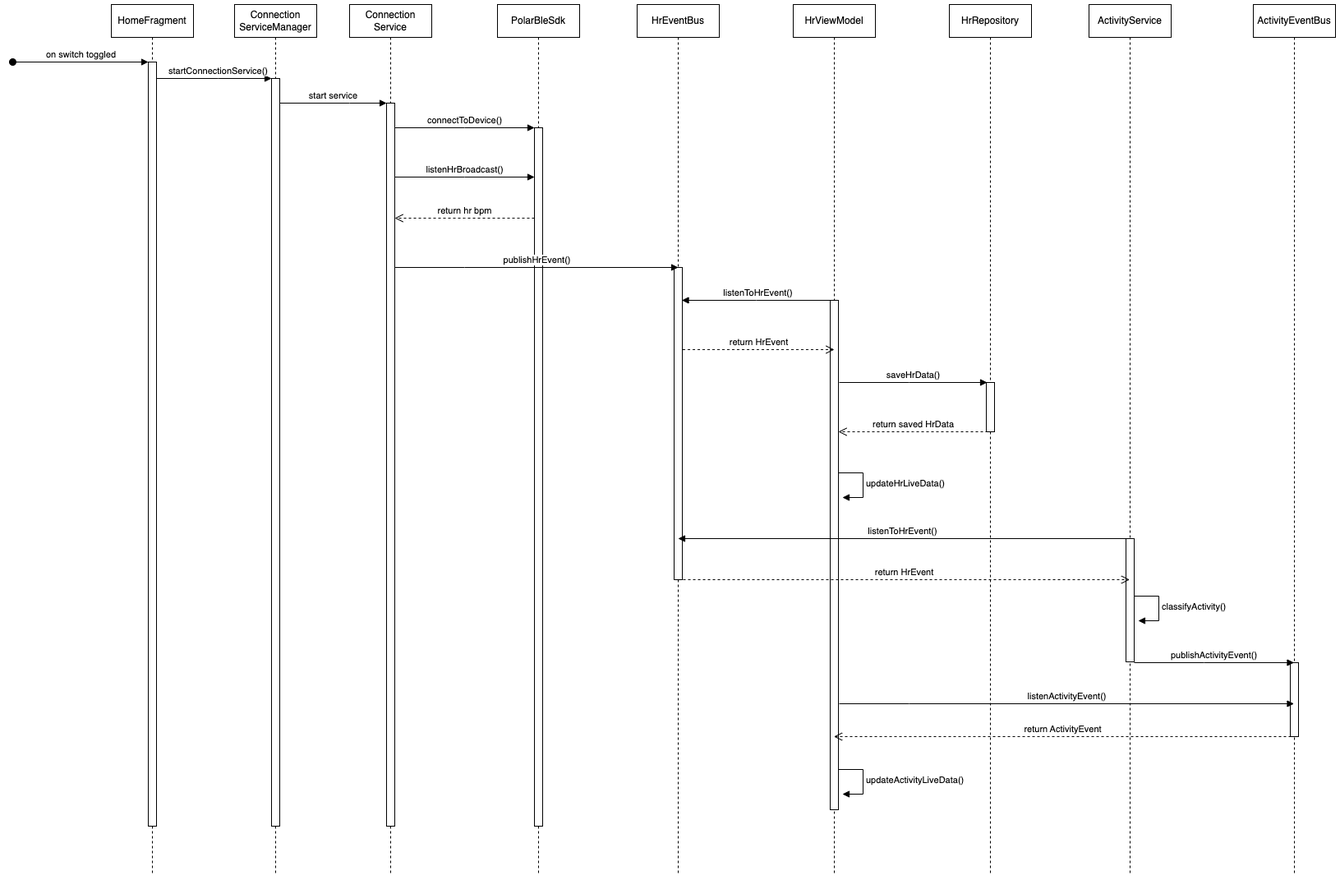
The draw.io diagram my-thesis/diagrams/hr-broadcast.drawio.png in ba-nhermanto/thesis, before a commit. Source tidied: cells renumbered, new cells last; positions are measured from the earlier drawing's top-left corner, leaving out a move shared by most shapes.
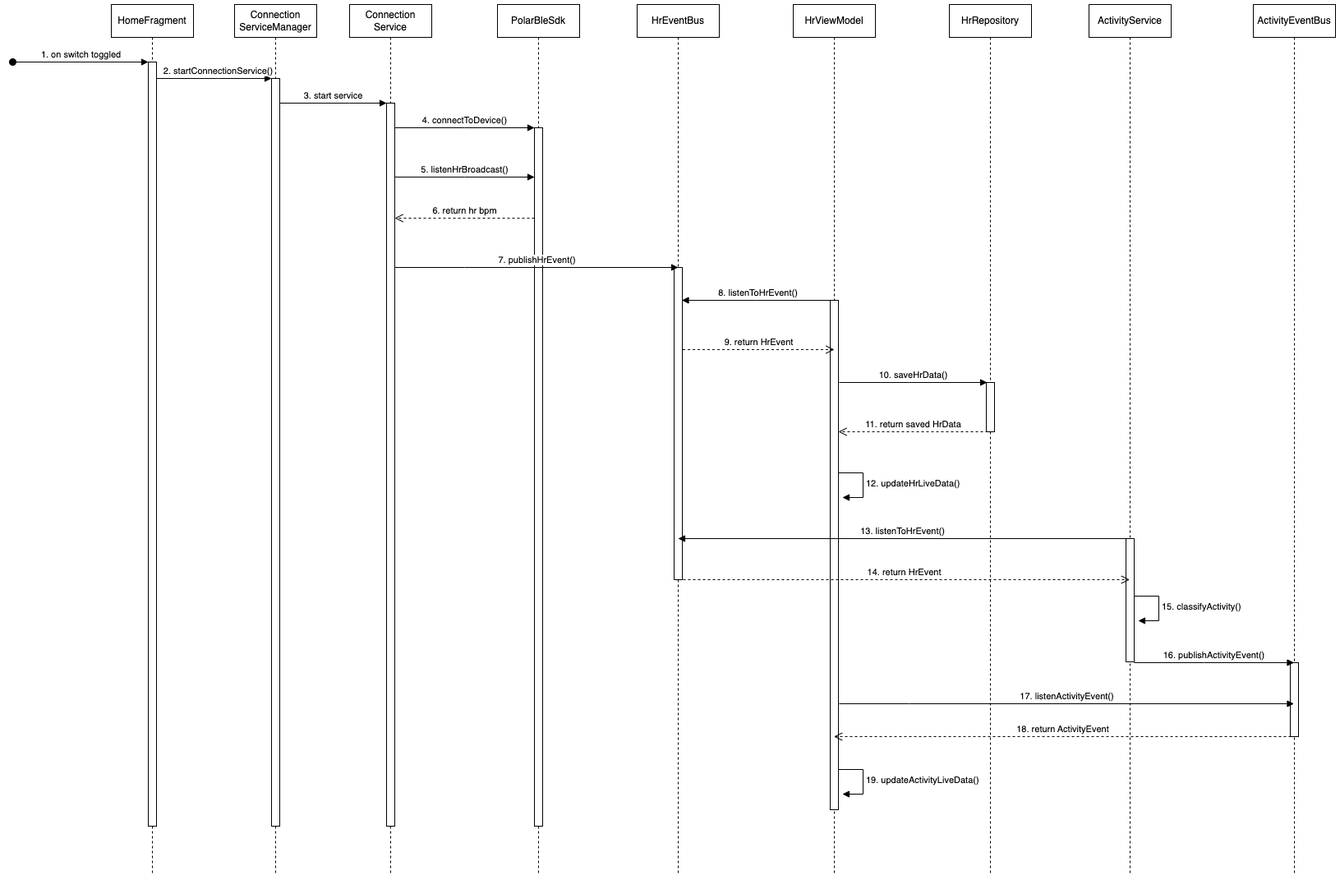
The same diagram one commit later.

Change to the diagram source:
```diff
@@ -8,7 +8,7 @@
     <mxCell id="3" style="html=1;points=[];perimeter=orthogonalPerimeter;outlineConnect=0;targetShapes=umlLifeline;portConstraint=eastwest;newEdgeStyle={&quot;edgeStyle&quot;:&quot;elbowEdgeStyle&quot;,&quot;elbow&quot;:&quot;vertical&quot;,&quot;curved&quot;:0,&quot;rounded&quot;:0};" parent="2" vertex="1">
       <mxGeometry x="45" y="70" width="10" height="930" as="geometry" />
     </mxCell>
-    <mxCell id="4" value="on switch toggled" style="html=1;verticalAlign=bottom;startArrow=oval;endArrow=block;startSize=8;edgeStyle=elbowEdgeStyle;elbow=vertical;curved=0;rounded=0;" parent="2" edge="1" target="3">
+    <mxCell id="4" value="1. on switch toggled" style="html=1;verticalAlign=bottom;startArrow=oval;endArrow=block;startSize=8;edgeStyle=elbowEdgeStyle;elbow=vertical;curved=0;rounded=0;" parent="2" edge="1" target="3">
       <mxGeometry relative="1" as="geometry">
         <mxPoint x="-120" y="70" as="sourcePoint" />
       </mxGeometry>
@@ -19,7 +19,7 @@
     <mxCell id="6" style="html=1;perimeter=orthogonalPerimeter;targetShapes=umlLifeline;newEdgeStyle={&quot;edgeStyle&quot;:&quot;elbowEdgeStyle&quot;,&quot;elbow&quot;:&quot;vertical&quot;,&quot;curved&quot;:0,&quot;rounded&quot;:0};" parent="5" vertex="1">
       <mxGeometry x="45" y="120" width="10" height="880" as="geometry" />
     </mxCell>
-    <mxCell id="7" value="startConnectionService()" style="html=1;verticalAlign=bottom;endArrow=block;edgeStyle=elbowEdgeStyle;elbow=vertical;curved=0;rounded=0;" parent="1" edge="1" source="3" target="37">
+    <mxCell id="7" value="2. startConnectionService()" style="html=1;verticalAlign=bottom;endArrow=block;edgeStyle=elbowEdgeStyle;elbow=horizontal;curved=0;rounded=0;" parent="1" edge="1" source="3" target="37">
       <mxGeometry x="0.07" relative="1" as="geometry">
         <Array as="points">
           <mxPoint x="250" y="90" />
@@ -32,7 +32,7 @@
     <mxCell id="9" style="html=1;perimeter=orthogonalPerimeter;targetShapes=umlLifeline;newEdgeStyle={&quot;edgeStyle&quot;:&quot;elbowEdgeStyle&quot;,&quot;elbow&quot;:&quot;vertical&quot;,&quot;curved&quot;:0,&quot;rounded&quot;:0};" parent="8" vertex="1">
       <mxGeometry x="45" y="150" width="10" height="850" as="geometry" />
     </mxCell>
-    <mxCell id="10" value="connectToDevice()" style="html=1;verticalAlign=bottom;endArrow=block;edgeStyle=elbowEdgeStyle;elbow=vertical;curved=0;rounded=0;" parent="1" edge="1">
+    <mxCell id="10" value="4. connectToDevice()" style="html=1;verticalAlign=bottom;endArrow=block;edgeStyle=elbowEdgeStyle;elbow=vertical;curved=0;rounded=0;" parent="1" edge="1">
       <mxGeometry relative="1" as="geometry">
         <mxPoint x="465" y="150" as="sourcePoint" />
         <mxPoint x="635" y="150" as="targetPoint" />
@@ -41,7 +41,7 @@
         </Array>
       </mxGeometry>
     </mxCell>
-    <mxCell id="11" value="listenHrBroadcast()" style="html=1;verticalAlign=bottom;endArrow=block;edgeStyle=elbowEdgeStyle;elbow=vertical;curved=0;rounded=0;" parent="1" edge="1">
+    <mxCell id="11" value="5. listenHrBroadcast()" style="html=1;verticalAlign=bottom;endArrow=block;edgeStyle=elbowEdgeStyle;elbow=vertical;curved=0;rounded=0;" parent="1" edge="1">
       <mxGeometry relative="1" as="geometry">
         <mxPoint x="465" y="210" as="sourcePoint" />
         <mxPoint x="635" y="210" as="targetPoint" />
@@ -50,7 +50,7 @@
         </Array>
       </mxGeometry>
     </mxCell>
-    <mxCell id="12" value="return hr bpm" style="html=1;verticalAlign=bottom;endArrow=open;dashed=1;endSize=8;edgeStyle=elbowEdgeStyle;elbow=vertical;curved=0;rounded=0;" parent="1" edge="1">
+    <mxCell id="12" value="6. return hr bpm" style="html=1;verticalAlign=bottom;endArrow=open;dashed=1;endSize=8;edgeStyle=elbowEdgeStyle;elbow=vertical;curved=0;rounded=0;" parent="1" edge="1">
       <mxGeometry relative="1" as="geometry">
         <mxPoint x="635" y="260" as="sourcePoint" />
         <mxPoint x="465" y="260" as="targetPoint" />
@@ -62,7 +62,7 @@
     <mxCell id="14" style="html=1;perimeter=orthogonalPerimeter;targetShapes=umlLifeline;newEdgeStyle={&quot;edgeStyle&quot;:&quot;elbowEdgeStyle&quot;,&quot;elbow&quot;:&quot;vertical&quot;,&quot;curved&quot;:0,&quot;rounded&quot;:0};" parent="13" vertex="1">
       <mxGeometry x="45" y="320" width="10" height="380" as="geometry" />
     </mxCell>
-    <mxCell id="15" value="publishHrEvent()" style="html=1;verticalAlign=bottom;endArrow=block;edgeStyle=elbowEdgeStyle;elbow=vertical;curved=0;rounded=0;" parent="1" edge="1">
+    <mxCell id="15" value="7. publishHrEvent()" style="html=1;verticalAlign=bottom;endArrow=block;edgeStyle=elbowEdgeStyle;elbow=vertical;curved=0;rounded=0;" parent="1" edge="1">
       <mxGeometry relative="1" as="geometry">
         <mxPoint x="465" y="320" as="sourcePoint" />
         <mxPoint x="810" y="320" as="targetPoint" />
@@ -83,7 +83,7 @@
     <mxCell id="19" style="html=1;perimeter=orthogonalPerimeter;targetShapes=umlLifeline;newEdgeStyle={&quot;edgeStyle&quot;:&quot;elbowEdgeStyle&quot;,&quot;elbow&quot;:&quot;vertical&quot;,&quot;curved&quot;:0,&quot;rounded&quot;:0};" parent="18" vertex="1">
       <mxGeometry x="45" y="460" width="10" height="60" as="geometry" />
     </mxCell>
-    <mxCell id="20" value="saveHrData()" style="html=1;verticalAlign=bottom;endArrow=block;edgeStyle=elbowEdgeStyle;elbow=vertical;curved=0;rounded=0;" parent="1" edge="1">
+    <mxCell id="20" value="10. saveHrData()" style="html=1;verticalAlign=bottom;endArrow=block;edgeStyle=elbowEdgeStyle;elbow=horizontal;curved=0;rounded=0;" parent="1" edge="1">
       <mxGeometry relative="1" as="geometry">
         <mxPoint x="1006" y="460" as="sourcePoint" />
         <mxPoint x="1186" y="460" as="targetPoint" />
@@ -92,13 +92,13 @@
         </Array>
       </mxGeometry>
     </mxCell>
-    <mxCell id="21" value="return saved HrData" style="html=1;verticalAlign=bottom;endArrow=open;dashed=1;endSize=8;edgeStyle=elbowEdgeStyle;elbow=vertical;curved=0;rounded=0;" parent="1" edge="1">
+    <mxCell id="21" value="11. return saved HrData" style="html=1;verticalAlign=bottom;endArrow=open;dashed=1;endSize=8;edgeStyle=elbowEdgeStyle;elbow=vertical;curved=0;rounded=0;" parent="1" edge="1">
       <mxGeometry relative="1" as="geometry">
         <mxPoint x="1187" y="520" as="sourcePoint" />
         <mxPoint x="1005" y="520" as="targetPoint" />
       </mxGeometry>
     </mxCell>
-    <mxCell id="22" value="updateHrLiveData()" style="html=1;align=left;spacingLeft=2;endArrow=block;rounded=0;edgeStyle=orthogonalEdgeStyle;curved=0;rounded=0;" parent="1" edge="1">
+    <mxCell id="22" value="12. updateHrLiveData()" style="html=1;align=left;spacingLeft=2;endArrow=block;rounded=0;edgeStyle=orthogonalEdgeStyle;curved=0;rounded=0;" parent="1" edge="1">
       <mxGeometry x="0.01" relative="1" as="geometry">
         <mxPoint x="1005" y="570" as="sourcePoint" />
         <mxPoint x="1010" y="600" as="targetPoint" />
@@ -113,7 +113,7 @@
     <mxCell id="24" style="html=1;perimeter=orthogonalPerimeter;targetShapes=umlLifeline;newEdgeStyle={&quot;edgeStyle&quot;:&quot;elbowEdgeStyle&quot;,&quot;elbow&quot;:&quot;vertical&quot;,&quot;curved&quot;:0,&quot;rounded&quot;:0};" parent="23" vertex="1">
       <mxGeometry x="45" y="650" width="10" height="150" as="geometry" />
     </mxCell>
-    <mxCell id="25" value="classifyActivity()" style="html=1;align=left;spacingLeft=2;endArrow=block;rounded=0;edgeStyle=orthogonalEdgeStyle;curved=0;rounded=0;" parent="1" edge="1">
+    <mxCell id="25" value="15. classifyActivity()" style="html=1;align=left;spacingLeft=2;endArrow=block;rounded=0;edgeStyle=orthogonalEdgeStyle;curved=0;rounded=0;" parent="1" edge="1">
       <mxGeometry x="0.01" relative="1" as="geometry">
         <mxPoint x="1365" y="720" as="sourcePoint" />
         <mxPoint x="1370" y="750" as="targetPoint" />
@@ -128,7 +128,7 @@
     <mxCell id="27" style="html=1;perimeter=orthogonalPerimeter;targetShapes=umlLifeline;newEdgeStyle={&quot;edgeStyle&quot;:&quot;elbowEdgeStyle&quot;,&quot;elbow&quot;:&quot;vertical&quot;,&quot;curved&quot;:0,&quot;rounded&quot;:0};" parent="26" vertex="1">
       <mxGeometry x="45" y="801" width="10" height="90" as="geometry" />
     </mxCell>
-    <mxCell id="28" value="publishActivityEvent()" style="html=1;verticalAlign=bottom;endArrow=block;edgeStyle=elbowEdgeStyle;elbow=vertical;curved=0;rounded=0;" parent="1" edge="1">
+    <mxCell id="28" value="16. publishActivityEvent()" style="html=1;verticalAlign=bottom;endArrow=block;edgeStyle=elbowEdgeStyle;elbow=vertical;curved=0;rounded=0;" parent="1" edge="1">
       <mxGeometry relative="1" as="geometry">
         <mxPoint x="1365" y="801" as="sourcePoint" />
         <mxPoint x="1559.5" y="801" as="targetPoint" />
@@ -137,7 +137,7 @@
         </Array>
       </mxGeometry>
     </mxCell>
-    <mxCell id="29" value="listenToHrEvent()" style="html=1;verticalAlign=bottom;endArrow=block;edgeStyle=elbowEdgeStyle;elbow=vertical;curved=0;rounded=0;" parent="1" edge="1" source="16">
+    <mxCell id="29" value="8. listenToHrEvent()" style="html=1;verticalAlign=bottom;endArrow=block;edgeStyle=elbowEdgeStyle;elbow=vertical;curved=0;rounded=0;" parent="1" edge="1" source="16">
       <mxGeometry relative="1" as="geometry">
         <mxPoint x="814.5" y="360" as="targetPoint" />
         <Array as="points">
@@ -145,13 +145,13 @@
         </Array>
       </mxGeometry>
     </mxCell>
-    <mxCell id="30" value="return HrEvent" style="html=1;verticalAlign=bottom;endArrow=open;dashed=1;endSize=8;edgeStyle=elbowEdgeStyle;elbow=vertical;curved=0;rounded=0;" parent="1" edge="1">
+    <mxCell id="30" value="9. return HrEvent" style="html=1;verticalAlign=bottom;endArrow=open;dashed=1;endSize=8;edgeStyle=elbowEdgeStyle;elbow=vertical;curved=0;rounded=0;" parent="1" edge="1">
       <mxGeometry relative="1" as="geometry">
         <mxPoint x="815.5" y="420" as="sourcePoint" />
         <mxPoint x="1000" y="420" as="targetPoint" />
       </mxGeometry>
     </mxCell>
-    <mxCell id="31" value="listenToHrEvent()" style="html=1;verticalAlign=bottom;endArrow=block;edgeStyle=elbowEdgeStyle;elbow=vertical;curved=0;rounded=0;" parent="1" edge="1">
+    <mxCell id="31" value="13. listenToHrEvent()" style="html=1;verticalAlign=bottom;endArrow=block;edgeStyle=elbowEdgeStyle;elbow=vertical;curved=0;rounded=0;" parent="1" edge="1">
       <mxGeometry relative="1" as="geometry">
         <mxPoint x="1355.5" y="650" as="sourcePoint" />
         <mxPoint x="810" y="650" as="targetPoint" />
@@ -160,7 +160,7 @@
         </Array>
       </mxGeometry>
     </mxCell>
-    <mxCell id="32" value="listenActivityEvent()" style="html=1;verticalAlign=bottom;endArrow=block;edgeStyle=elbowEdgeStyle;elbow=vertical;curved=0;rounded=0;" parent="1" edge="1">
+    <mxCell id="32" value="17. listenActivityEvent()" style="html=1;verticalAlign=bottom;endArrow=block;edgeStyle=elbowEdgeStyle;elbow=vertical;curved=0;rounded=0;" parent="1" edge="1">
       <mxGeometry relative="1" as="geometry">
         <mxPoint x="1006" y="851" as="sourcePoint" />
         <mxPoint x="1559.5" y="851" as="targetPoint" />
@@ -169,13 +169,13 @@
         </Array>
       </mxGeometry>
     </mxCell>
-    <mxCell id="33" value="return ActivityEvent" style="html=1;verticalAlign=bottom;endArrow=open;dashed=1;endSize=8;edgeStyle=elbowEdgeStyle;elbow=vertical;curved=0;rounded=0;" parent="1" edge="1">
+    <mxCell id="33" value="18. return ActivityEvent" style="html=1;verticalAlign=bottom;endArrow=open;dashed=1;endSize=8;edgeStyle=elbowEdgeStyle;elbow=vertical;curved=0;rounded=0;" parent="1" edge="1">
       <mxGeometry relative="1" as="geometry">
         <mxPoint x="1556" y="891" as="sourcePoint" />
         <mxPoint x="999.5" y="891" as="targetPoint" />
       </mxGeometry>
     </mxCell>
-    <mxCell id="34" value="updateActivityLiveData()" style="html=1;align=left;spacingLeft=2;endArrow=block;rounded=0;edgeStyle=orthogonalEdgeStyle;curved=0;rounded=0;" parent="1" edge="1">
+    <mxCell id="34" value="19. updateActivityLiveData()" style="html=1;align=left;spacingLeft=2;endArrow=block;rounded=0;edgeStyle=orthogonalEdgeStyle;curved=0;rounded=0;" parent="1" edge="1">
       <mxGeometry x="0.01" relative="1" as="geometry">
         <mxPoint x="1005" y="931" as="sourcePoint" />
         <mxPoint x="1010" y="961" as="targetPoint" />
@@ -184,7 +184,7 @@
         </Array>
       </mxGeometry>
     </mxCell>
-    <mxCell id="35" value="return HrEvent" style="html=1;verticalAlign=bottom;endArrow=open;dashed=1;endSize=8;edgeStyle=elbowEdgeStyle;elbow=vertical;curved=0;rounded=0;" parent="1" edge="1" target="23">
+    <mxCell id="35" value="14. return HrEvent" style="html=1;verticalAlign=bottom;endArrow=open;dashed=1;endSize=8;edgeStyle=elbowEdgeStyle;elbow=vertical;curved=0;rounded=0;" parent="1" edge="1" target="23">
       <mxGeometry relative="1" as="geometry">
         <mxPoint x="810" y="700" as="sourcePoint" />
       </mxGeometry>
@@ -195,7 +195,7 @@
     <mxCell id="37" style="html=1;points=[];perimeter=orthogonalPerimeter;outlineConnect=0;targetShapes=umlLifeline;portConstraint=eastwest;newEdgeStyle={&quot;edgeStyle&quot;:&quot;elbowEdgeStyle&quot;,&quot;elbow&quot;:&quot;vertical&quot;,&quot;curved&quot;:0,&quot;rounded&quot;:0};" parent="36" vertex="1">
       <mxGeometry x="45" y="90" width="10" height="910" as="geometry" />
     </mxCell>
-    <mxCell id="38" value="start service" style="html=1;verticalAlign=bottom;endArrow=block;edgeStyle=elbowEdgeStyle;elbow=vertical;curved=0;rounded=0;" parent="1" edge="1">
+    <mxCell id="38" value="3. start service" style="html=1;verticalAlign=bottom;endArrow=block;edgeStyle=elbowEdgeStyle;elbow=horizontal;curved=0;rounded=0;" parent="1" edge="1">
       <mxGeometry relative="1" as="geometry">
         <mxPoint x="325" y="120" as="sourcePoint" />
         <mxPoint x="455" y="120" as="targetPoint" />
```
